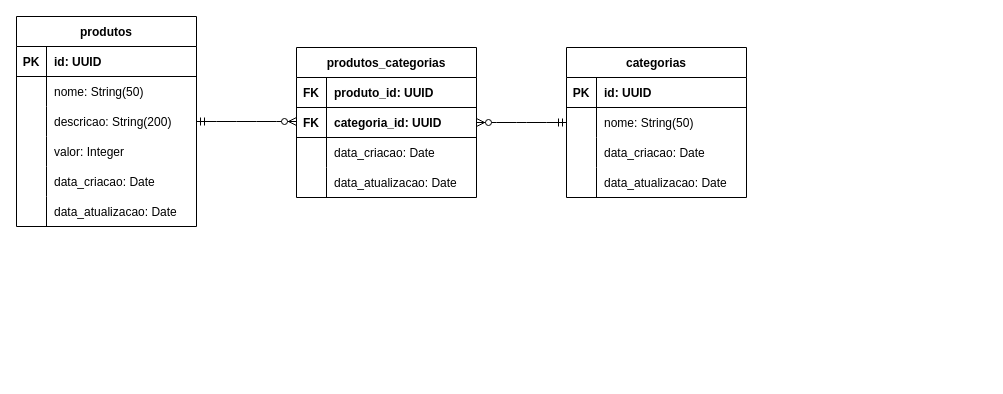
Before: page "Modelo Lógico" (2 of 2) of requirements/ecommerce-database.drawio in DavidPontes7/ecommerce-node-api, a draw.io diagram. Source tidied: cells renumbered, new cells numbered last; positions are measured from the earlier drawing's top-left corner, leaving out a move shared by most shapes. Both pictures are drawn from the tidied source at 100%, with x=0, y=0 at pixel (16, 16).
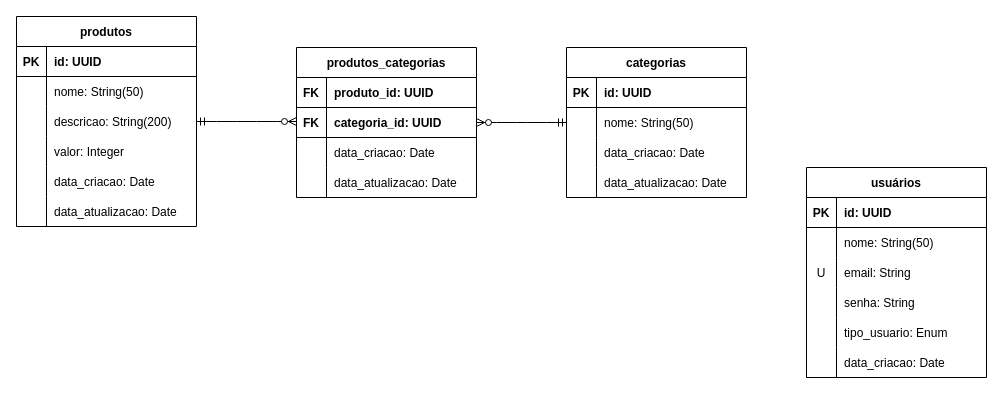
The same diagram, later.

The edit, as a diff of the source:
```diff
@@
+    <mxCell id="49" value="usuários" style="shape=table;startSize=30;childLayout=tableLayout;rowLines=0;fontStyle=1;align=center;" parent="1" vertex="1">
+      <mxGeometry x="790" y="151" width="180" height="210" as="geometry" />
+    </mxCell>
+    <mxCell id="50" style="shape=tableRow;horizontal=0;startSize=0;swimlaneHead=0;swimlaneBody=0;fillColor=none;top=0;left=0;right=0;bottom=1;" parent="49" vertex="1">
+      <mxGeometry y="30" width="180" height="30" as="geometry" />
+    </mxCell>
+    <mxCell id="51" value="PK" style="shape=partialRectangle;fillColor=none;top=0;left=0;bottom=0;right=0;fontStyle=1;overflow=hidden;" parent="50" vertex="1">
+      <mxGeometry width="30" height="30" as="geometry" />
+    </mxCell>
+    <mxCell id="52" value="id: UUID" style="shape=partialRectangle;fillColor=none;top=0;left=0;bottom=0;right=0;align=left;spacingLeft=6;fontStyle=1;overflow=hidden;" parent="50" vertex="1">
+      <mxGeometry x="30" width="150" height="30" as="geometry" />
+    </mxCell>
+    <mxCell id="53" style="shape=tableRow;horizontal=0;startSize=0;swimlaneHead=0;swimlaneBody=0;fillColor=none;top=0;left=0;right=0;bottom=0;" parent="49" vertex="1">
+      <mxGeometry y="60" width="180" height="30" as="geometry" />
+    </mxCell>
+    <mxCell id="54" style="shape=partialRectangle;fillColor=none;top=0;left=0;bottom=0;right=0;overflow=hidden;" parent="53" vertex="1">
+      <mxGeometry width="30" height="30" as="geometry" />
+    </mxCell>
+    <mxCell id="55" value="nome: String(50)" style="shape=partialRectangle;fillColor=none;top=0;left=0;bottom=0;right=0;align=left;spacingLeft=6;overflow=hidden;" parent="53" vertex="1">
+      <mxGeometry x="30" width="150" height="30" as="geometry" />
+    </mxCell>
+    <mxCell id="56" style="shape=tableRow;horizontal=0;startSize=0;swimlaneHead=0;swimlaneBody=0;fillColor=none;top=0;left=0;right=0;bottom=0;" parent="49" vertex="1">
+      <mxGeometry y="90" width="180" height="30" as="geometry" />
+    </mxCell>
+    <mxCell id="57" value="U" style="shape=partialRectangle;fillColor=none;top=0;left=0;bottom=0;right=0;overflow=hidden;" parent="56" vertex="1">
+      <mxGeometry width="30" height="30" as="geometry" />
+    </mxCell>
+    <mxCell id="58" value="email: String" style="shape=partialRectangle;fillColor=none;top=0;left=0;bottom=0;right=0;align=left;spacingLeft=6;overflow=hidden;" parent="56" vertex="1">
+      <mxGeometry x="30" width="150" height="30" as="geometry" />
+    </mxCell>
+    <mxCell id="59" style="shape=tableRow;horizontal=0;startSize=0;swimlaneHead=0;swimlaneBody=0;fillColor=none;top=0;left=0;right=0;bottom=0;" parent="49" vertex="1">
+      <mxGeometry y="120" width="180" height="30" as="geometry" />
+    </mxCell>
+    <mxCell id="60" style="shape=partialRectangle;fillColor=none;top=0;left=0;bottom=0;right=0;overflow=hidden;" parent="59" vertex="1">
+      <mxGeometry width="30" height="30" as="geometry" />
+    </mxCell>
+    <mxCell id="61" value="senha: String" style="shape=partialRectangle;fillColor=none;top=0;left=0;bottom=0;right=0;align=left;spacingLeft=6;overflow=hidden;" parent="59" vertex="1">
+      <mxGeometry x="30" width="150" height="30" as="geometry" />
+    </mxCell>
+    <mxCell id="62" style="shape=tableRow;horizontal=0;startSize=0;swimlaneHead=0;swimlaneBody=0;fillColor=none;top=0;left=0;right=0;bottom=0;" parent="49" vertex="1">
+      <mxGeometry y="150" width="180" height="30" as="geometry" />
+    </mxCell>
+    <mxCell id="63" style="shape=partialRectangle;fillColor=none;top=0;left=0;bottom=0;right=0;overflow=hidden;" parent="62" vertex="1">
+      <mxGeometry width="30" height="30" as="geometry" />
+    </mxCell>
+    <mxCell id="64" value="tipo_usuario: Enum" style="shape=partialRectangle;fillColor=none;top=0;left=0;bottom=0;right=0;align=left;spacingLeft=6;overflow=hidden;" parent="62" vertex="1">
+      <mxGeometry x="30" width="150" height="30" as="geometry" />
+    </mxCell>
+    <mxCell id="65" style="shape=tableRow;horizontal=0;startSize=0;swimlaneHead=0;swimlaneBody=0;fillColor=none;top=0;left=0;right=0;bottom=0;" parent="49" vertex="1">
+      <mxGeometry y="180" width="180" height="30" as="geometry" />
+    </mxCell>
+    <mxCell id="66" style="shape=partialRectangle;fillColor=none;top=0;left=0;bottom=0;right=0;overflow=hidden;" parent="65" vertex="1">
+      <mxGeometry width="30" height="30" as="geometry" />
+    </mxCell>
+    <mxCell id="67" value="data_criacao: Date" style="shape=partialRectangle;fillColor=none;top=0;left=0;bottom=0;right=0;align=left;spacingLeft=6;overflow=hidden;" parent="65" vertex="1">
+      <mxGeometry x="30" width="150" height="30" as="geometry" />
+    </mxCell>
```
